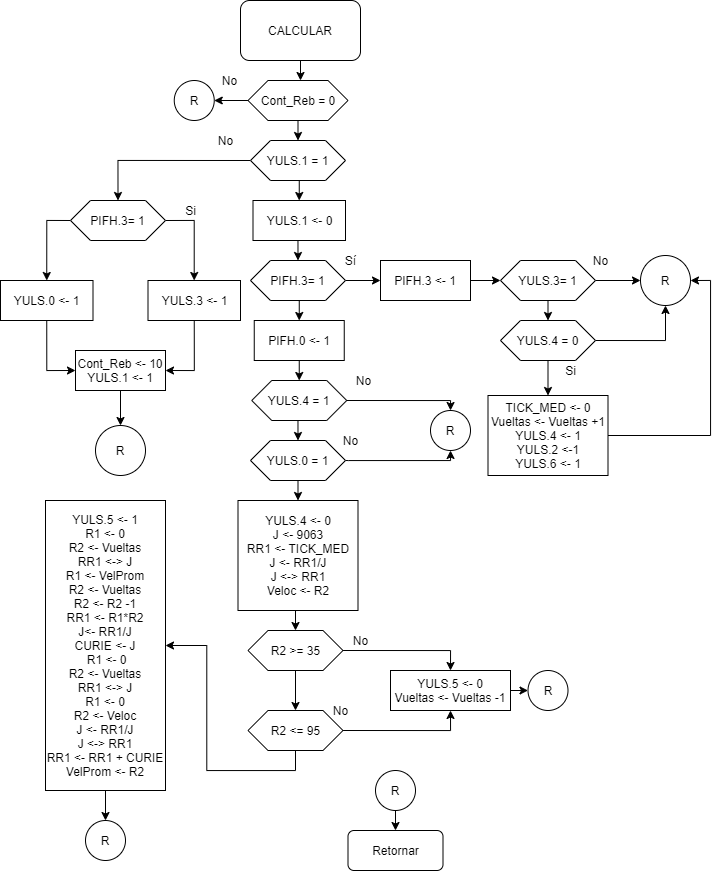
This is PF/CALCULAR.png from robz25/Microprocesadores, a draw.io export, as it was before one commit. Source tidied: cells renumbered, new cells last; positions are measured from the earlier drawing's top-left corner, leaving out a move shared by most shapes.
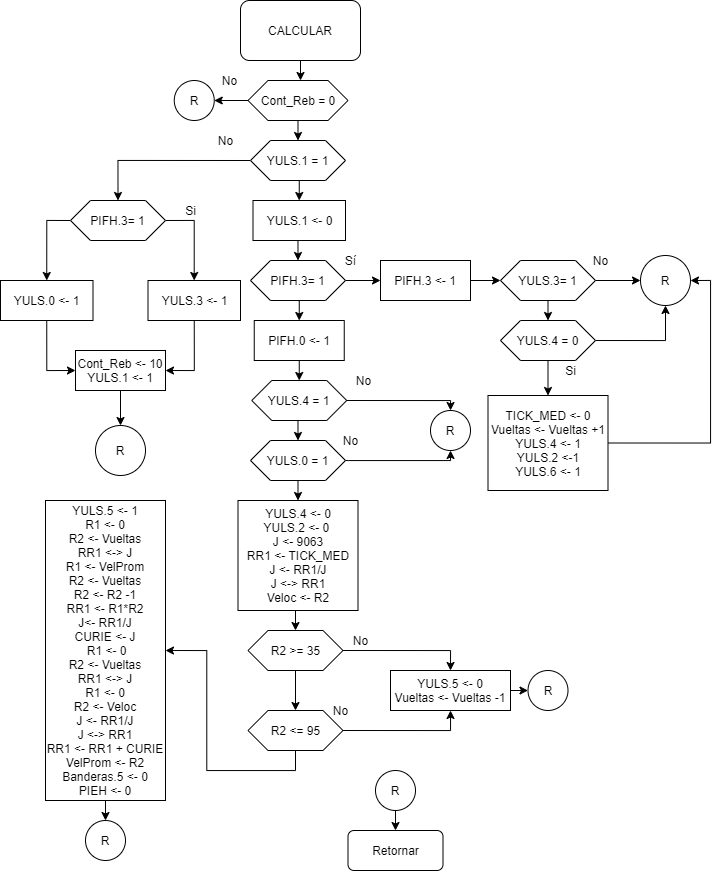
The same diagram one commit later.

Diff of the diagram source:
```diff
@@ -79,8 +79,8 @@
     <mxCell id="26" style="edgeStyle=orthogonalEdgeStyle;rounded=0;jettySize=auto;html=1;exitX=1;exitY=0.5;exitDx=0;exitDy=0;entryX=1;entryY=0.5;entryDx=0;entryDy=0;" parent="1" edge="1" source="27" target="24">
       <mxGeometry relative="1" as="geometry" />
     </mxCell>
-    <mxCell id="27" value="TICK_MED &amp;lt;- 0&lt;br&gt;Vueltas &amp;lt;- Vueltas +1&lt;br&gt;YULS.4 &amp;lt;- 1&lt;br&gt;YULS.2 &amp;lt;-1&lt;br&gt;YULS.6 &amp;lt;- 1" style="rounded=0;whiteSpace=wrap;html=1;" parent="1" vertex="1">
-      <mxGeometry x="487.5" y="395" width="120" height="80" as="geometry" />
+    <mxCell id="27" value="TICK_MED &amp;lt;- 0&lt;br&gt;Vueltas &amp;lt;- Vueltas +1&lt;br&gt;YULS.4 &amp;lt;- 1&lt;br&gt;YULS.2 &amp;lt;-1&lt;br&gt;YULS.6 &amp;lt;- 1&lt;br&gt;" style="rounded=0;whiteSpace=wrap;html=1;" parent="1" vertex="1">
+      <mxGeometry x="487.5" y="395" width="120" height="95" as="geometry" />
     </mxCell>
     <mxCell id="28" style="edgeStyle=orthogonalEdgeStyle;rounded=0;jettySize=auto;html=1;exitX=0.5;exitY=1;exitDx=0;exitDy=0;entryX=0.5;entryY=0;entryDx=0;entryDy=0;" parent="1" edge="1" source="30" target="27">
       <mxGeometry relative="1" as="geometry" />
@@ -136,7 +136,7 @@
     <mxCell id="42" style="edgeStyle=orthogonalEdgeStyle;rounded=0;jettySize=auto;html=1;exitX=0.5;exitY=1;exitDx=0;exitDy=0;entryX=0.5;entryY=0;entryDx=0;entryDy=0;" parent="1" edge="1" source="43" target="57">
       <mxGeometry relative="1" as="geometry" />
     </mxCell>
-    <mxCell id="43" value="YULS.4 &amp;lt;- 0&lt;br&gt;J &amp;lt;- 9063&lt;br&gt;RR1 &amp;lt;- TICK_MED&lt;br&gt;J &amp;lt;- RR1/J&lt;br&gt;J &amp;lt;-&amp;gt; RR1&lt;br&gt;Veloc &amp;lt;- R2" style="rounded=0;whiteSpace=wrap;html=1;" parent="1" vertex="1">
+    <mxCell id="43" value="YULS.4 &amp;lt;- 0&lt;br&gt;YULS.2 &amp;lt;- 0&amp;nbsp;&lt;br&gt;J &amp;lt;- 9063&lt;br&gt;RR1 &amp;lt;- TICK_MED&lt;br&gt;J &amp;lt;- RR1/J&lt;br&gt;J &amp;lt;-&amp;gt; RR1&lt;br&gt;Veloc &amp;lt;- R2" style="rounded=0;whiteSpace=wrap;html=1;" parent="1" vertex="1">
       <mxGeometry x="237.5" y="500" width="120" height="110" as="geometry" />
     </mxCell>
     <mxCell id="44" style="edgeStyle=orthogonalEdgeStyle;rounded=0;jettySize=auto;html=1;exitX=1;exitY=0.5;exitDx=0;exitDy=0;" parent="1" edge="1" source="46" target="48">
@@ -208,8 +208,8 @@
     <mxCell id="66" style="edgeStyle=orthogonalEdgeStyle;rounded=0;jettySize=auto;html=1;exitX=0.5;exitY=1;exitDx=0;exitDy=0;entryX=0.5;entryY=0;entryDx=0;entryDy=0;" parent="1" edge="1" source="67" target="68">
       <mxGeometry relative="1" as="geometry" />
     </mxCell>
-    <mxCell id="67" value="YULS.5 &amp;lt;- 1&lt;br&gt;R1 &amp;lt;- 0&lt;br&gt;R2 &amp;lt;- Vueltas&lt;br&gt;RR1 &amp;lt;-&amp;gt; J&lt;br&gt;R1 &amp;lt;- VelProm&lt;br&gt;R2 &amp;lt;- Vueltas&lt;br&gt;R2 &amp;lt;- R2 -1&lt;br&gt;RR1 &amp;lt;- R1*R2&lt;br&gt;J&amp;lt;- RR1/J&lt;br&gt;CURIE &amp;lt;- J&lt;br&gt;&amp;nbsp;R1 &amp;lt;- 0&lt;br&gt;R2 &amp;lt;- Vueltas&lt;br&gt;RR1 &amp;lt;-&amp;gt; J&lt;br&gt;R1 &amp;lt;- 0&lt;br&gt;R2 &amp;lt;- Veloc&lt;br&gt;J &amp;lt;- RR1/J&lt;br&gt;J &amp;lt;-&amp;gt; RR1&lt;br&gt;RR1 &amp;lt;- RR1 + CURIE&lt;br&gt;VelProm &amp;lt;- R2" style="rounded=0;whiteSpace=wrap;html=1;" parent="1" vertex="1">
-      <mxGeometry x="45" y="500" width="120" height="290" as="geometry" />
+    <mxCell id="67" value="YULS.5 &amp;lt;- 1&lt;br&gt;R1 &amp;lt;- 0&lt;br&gt;R2 &amp;lt;- Vueltas&lt;br&gt;RR1 &amp;lt;-&amp;gt; J&lt;br&gt;R1 &amp;lt;- VelProm&lt;br&gt;R2 &amp;lt;- Vueltas&lt;br&gt;R2 &amp;lt;- R2 -1&lt;br&gt;RR1 &amp;lt;- R1*R2&lt;br&gt;J&amp;lt;- RR1/J&lt;br&gt;CURIE &amp;lt;- J&lt;br&gt;&amp;nbsp;R1 &amp;lt;- 0&lt;br&gt;R2 &amp;lt;- Vueltas&lt;br&gt;RR1 &amp;lt;-&amp;gt; J&lt;br&gt;R1 &amp;lt;- 0&lt;br&gt;R2 &amp;lt;- Veloc&lt;br&gt;J &amp;lt;- RR1/J&lt;br&gt;J &amp;lt;-&amp;gt; RR1&lt;br&gt;RR1 &amp;lt;- RR1 + CURIE&lt;br&gt;VelProm &amp;lt;- R2&lt;br&gt;Banderas.5 &amp;lt;- 0&lt;br&gt;PIEH &amp;lt;- 0" style="rounded=0;whiteSpace=wrap;html=1;" parent="1" vertex="1">
+      <mxGeometry x="45" y="500" width="120" height="300" as="geometry" />
     </mxCell>
     <mxCell id="68" value="R" style="ellipse;whiteSpace=wrap;html=1;" parent="1" vertex="1">
       <mxGeometry x="85" y="820" width="40" height="40" as="geometry" />
```
